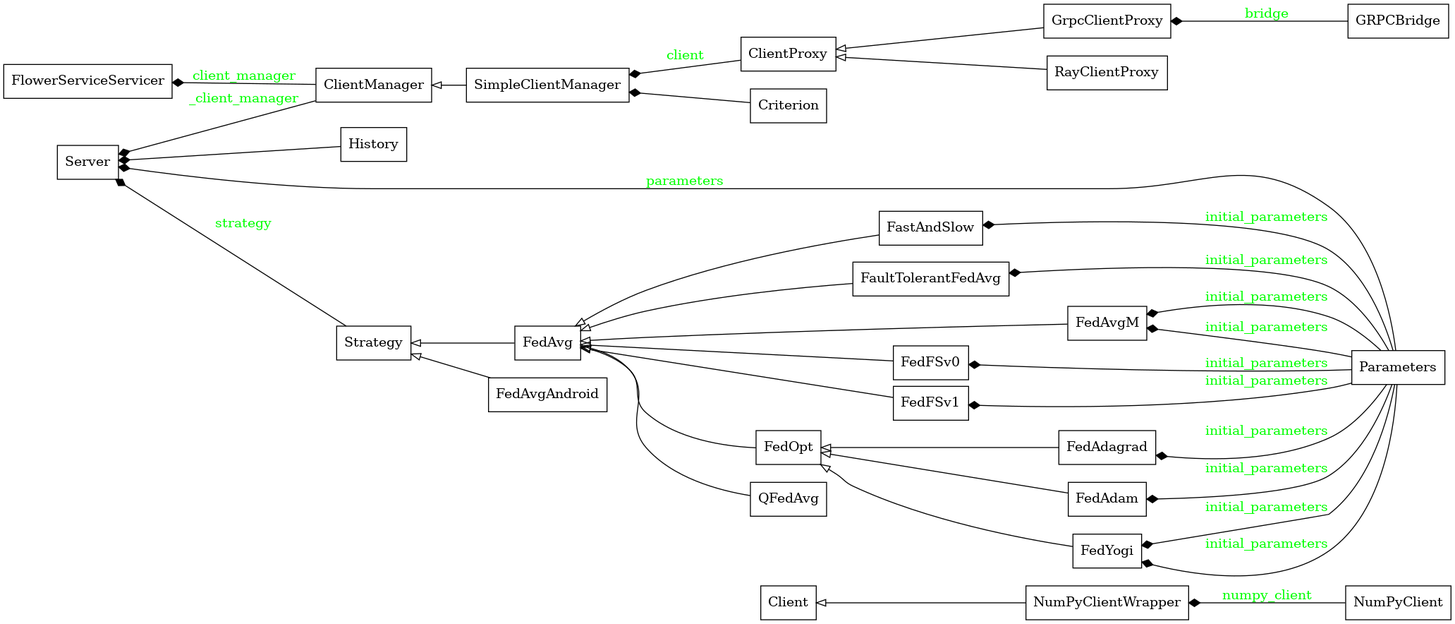
Above: classes_Flower.png in adap/flower (Graphviz), before the change. Its source is kept beside it as classes_Flower.dot. The source it was exported from:
```dot
digraph "classes_Flower" {
rankdir=RL
charset="utf-8"
"flwr.client.client.Client" [color="black", fontcolor="black", label="Client", shape="record", style="solid"];
"flwr.server.client_manager.ClientManager" [color="black", fontcolor="black", label="ClientManager", shape="record", style="solid"];
"flwr.server.client_proxy.ClientProxy" [color="black", fontcolor="black", label="ClientProxy", shape="record", style="solid"];
"flwr.server.criterion.Criterion" [color="black", fontcolor="black", label="Criterion", shape="record", style="solid"];
"flwr.server.strategy.fast_and_slow.FastAndSlow" [color="black", fontcolor="black", label="FastAndSlow", shape="record", style="solid"];
"flwr.server.strategy.fault_tolerant_fedavg.FaultTolerantFedAvg" [color="black", fontcolor="black", label="FaultTolerantFedAvg", shape="record", style="solid"];
"flwr.server.strategy.fedadagrad.FedAdagrad" [color="black", fontcolor="black", label="FedAdagrad", shape="record", style="solid"];
"flwr.server.strategy.fedadam.FedAdam" [color="black", fontcolor="black", label="FedAdam", shape="record", style="solid"];
"flwr.server.strategy.fedavg.FedAvg" [color="black", fontcolor="black", label="FedAvg", shape="record", style="solid"];
"flwr.server.strategy.fedavg_android.FedAvgAndroid" [color="black", fontcolor="black", label="FedAvgAndroid", shape="record", style="solid"];
"flwr.server.strategy.fedavgm.FedAvgM" [color="black", fontcolor="black", label="FedAvgM", shape="record", style="solid"];
"flwr.server.strategy.fedfs_v0.FedFSv0" [color="black", fontcolor="black", label="FedFSv0", shape="record", style="solid"];
"flwr.server.strategy.fedfs_v1.FedFSv1" [color="black", fontcolor="black", label="FedFSv1", shape="record", style="solid"];
"flwr.server.strategy.fedopt.FedOpt" [color="black", fontcolor="black", label="FedOpt", shape="record", style="solid"];
"flwr.server.strategy.fedyogi.FedYogi" [color="black", fontcolor="black", label="FedYogi", shape="record", style="solid"];
"flwr.server.grpc_server.flower_service_servicer.FlowerServiceServicer" [color="black", fontcolor="black", label="FlowerServiceServicer", shape="record", style="solid"];
"flwr.server.grpc_server.grpc_bridge.GRPCBridge" [color="black", fontcolor="black", label="GRPCBridge", shape="record", style="solid"];
"flwr.server.grpc_server.grpc_client_proxy.GrpcClientProxy" [color="black", fontcolor="black", label="GrpcClientProxy", shape="record", style="solid"];
"flwr.server.history.History" [color="black", fontcolor="black", label="History", shape="record", style="solid"];
"flwr.client.numpy_client.NumPyClient" [color="black", fontcolor="black", label="NumPyClient", shape="record", style="solid"];
"flwr.client.numpy_client.NumPyClientWrapper" [color="black", fontcolor="black", label="NumPyClientWrapper", shape="record", style="solid"];
"flwr.common.typing.Parameters" [color="black", fontcolor="black", label="Parameters", shape="record", style="solid"];
"flwr.server.strategy.qfedavg.QFedAvg" [color="black", fontcolor="black", label="QFedAvg", shape="record", style="solid"];
"flwr.simulation.ray_transport.ray_client_proxy.RayClientProxy" [color="black", fontcolor="black", label="RayClientProxy", shape="record", style="solid"];
"flwr.server.server.Server" [color="black", fontcolor="black", label="Server", shape="record", style="solid"];
"flwr.server.client_manager.SimpleClientManager" [color="black", fontcolor="black", label="SimpleClientManager", shape="record", style="solid"];
"flwr.server.strategy.strategy.Strategy" [color="black", fontcolor="black", label="Strategy", shape="record", style="solid"];
"flwr.client.numpy_client.NumPyClientWrapper" -> "flwr.client.client.Client" [arrowhead="empty", arrowtail="none"];
"flwr.server.client_manager.SimpleClientManager" -> "flwr.server.client_manager.ClientManager" [arrowhead="empty", arrowtail="none"];
"flwr.server.grpc_server.grpc_client_proxy.GrpcClientProxy" -> "flwr.server.client_proxy.ClientProxy" [arrowhead="empty", arrowtail="none"];
"flwr.server.strategy.fast_and_slow.FastAndSlow" -> "flwr.server.strategy.fedavg.FedAvg" [arrowhead="empty", arrowtail="none"];
"flwr.server.strategy.fault_tolerant_fedavg.FaultTolerantFedAvg" -> "flwr.server.strategy.fedavg.FedAvg" [arrowhead="empty", arrowtail="none"];
"flwr.server.strategy.fedadagrad.FedAdagrad" -> "flwr.server.strategy.fedopt.FedOpt" [arrowhead="empty", arrowtail="none"];
"flwr.server.strategy.fedadam.FedAdam" -> "flwr.server.strategy.fedopt.FedOpt" [arrowhead="empty", arrowtail="none"];
"flwr.server.strategy.fedavg.FedAvg" -> "flwr.server.strategy.strategy.Strategy" [arrowhead="empty", arrowtail="none"];
"flwr.server.strategy.fedavg_android.FedAvgAndroid" -> "flwr.server.strategy.strategy.Strategy" [arrowhead="empty", arrowtail="none"];
"flwr.server.strategy.fedavgm.FedAvgM" -> "flwr.server.strategy.fedavg.FedAvg" [arrowhead="empty", arrowtail="none"];
"flwr.server.strategy.fedfs_v0.FedFSv0" -> "flwr.server.strategy.fedavg.FedAvg" [arrowhead="empty", arrowtail="none"];
"flwr.server.strategy.fedfs_v1.FedFSv1" -> "flwr.server.strategy.fedavg.FedAvg" [arrowhead="empty", arrowtail="none"];
"flwr.server.strategy.fedopt.FedOpt" -> "flwr.server.strategy.fedavg.FedAvg" [arrowhead="empty", arrowtail="none"];
"flwr.server.strategy.fedyogi.FedYogi" -> "flwr.server.strategy.fedopt.FedOpt" [arrowhead="empty", arrowtail="none"];
"flwr.server.strategy.qfedavg.QFedAvg" -> "flwr.server.strategy.fedavg.FedAvg" [arrowhead="empty", arrowtail="none"];
"flwr.simulation.ray_transport.ray_client_proxy.RayClientProxy" -> "flwr.server.client_proxy.ClientProxy" [arrowhead="empty", arrowtail="none"];
"flwr.client.numpy_client.NumPyClient" -> "flwr.client.numpy_client.NumPyClientWrapper" [arrowhead="diamond", arrowtail="none", fontcolor="green", label="numpy_client", style="solid"];
"flwr.common.typing.Parameters" -> "flwr.server.server.Server" [arrowhead="diamond", arrowtail="none", fontcolor="green", label="parameters", style="solid"];
"flwr.common.typing.Parameters" -> "flwr.server.strategy.fedavgm.FedAvgM" [arrowhead="diamond", arrowtail="none", fontcolor="green", label="initial_parameters", style="solid"];
"flwr.server.client_manager.ClientManager" -> "flwr.server.grpc_server.flower_service_servicer.FlowerServiceServicer" [arrowhead="diamond", arrowtail="none", fontcolor="green", label="client_manager", style="solid"];
"flwr.server.client_manager.ClientManager" -> "flwr.server.server.Server" [arrowhead="diamond", arrowtail="none", fontcolor="green", label="_client_manager", style="solid"];
"flwr.server.grpc_server.grpc_bridge.GRPCBridge" -> "flwr.server.grpc_server.grpc_client_proxy.GrpcClientProxy" [arrowhead="diamond", arrowtail="none", fontcolor="green", label="bridge", style="solid"];
"flwr.server.strategy.strategy.Strategy" -> "flwr.server.server.Server" [arrowhead="diamond", arrowtail="none", fontcolor="green", label="strategy", style="solid"];
"flwr.server.history.History" -> "flwr.server.server.Server" [arrowhead="diamond"]
"flwr.server.criterion.Criterion" -> "flwr.server.client_manager.SimpleClientManager" [arrowhead="diamond"]
"flwr.server.client_proxy.ClientProxy" -> "flwr.server.client_manager.SimpleClientManager" [arrowhead="diamond", fontcolor="green", label="client", style="solid"]

"flwr.common.typing.Parameters" -> "flwr.server.strategy.fast_and_slow.FastAndSlow" [arrowhead="diamond", arrowtail="none", fontcolor="green", label="initial_parameters", style="solid"];
"flwr.common.typing.Parameters" -> "flwr.server.strategy.fedavgm.FedAvgM" [arrowhead="diamond", arrowtail="none", fontcolor="green", label="initial_parameters", style="solid"];
"flwr.common.typing.Parameters" -> "flwr.server.strategy.fault_tolerant_fedavg.FaultTolerantFedAvg" [arrowhead="diamond", arrowtail="none", fontcolor="green", label="initial_parameters", style="solid"];
"flwr.common.typing.Parameters" -> "flwr.server.strategy.fedfs_v0.FedFSv0" [arrowhead="diamond", arrowtail="none", fontcolor="green", label="initial_parameters", style="solid"];
"flwr.common.typing.Parameters" -> "flwr.server.strategy.fedfs_v1.FedFSv1" [arrowhead="diamond", arrowtail="none", fontcolor="green", label="initial_parameters", style="solid"];
"flwr.common.typing.Parameters" -> "flwr.server.strategy.fedadagrad.FedAdagrad" [arrowhead="diamond", arrowtail="none", fontcolor="green", label="initial_parameters", style="solid"];
"flwr.common.typing.Parameters" -> "flwr.server.strategy.fedadam.FedAdam" [arrowhead="diamond", arrowtail="none", fontcolor="green", label="initial_parameters", style="solid"];
"flwr.common.typing.Parameters" -> "flwr.server.strategy.fedyogi.FedYogi" [arrowhead="diamond", arrowtail="none", fontcolor="green", label="initial_parameters", style="solid"];
"flwr.common.typing.Parameters" -> "flwr.server.strategy.fedyogi.FedYogi" [arrowhead="diamond", arrowtail="none", fontcolor="green", label="initial_parameters", style="solid"];
}
```
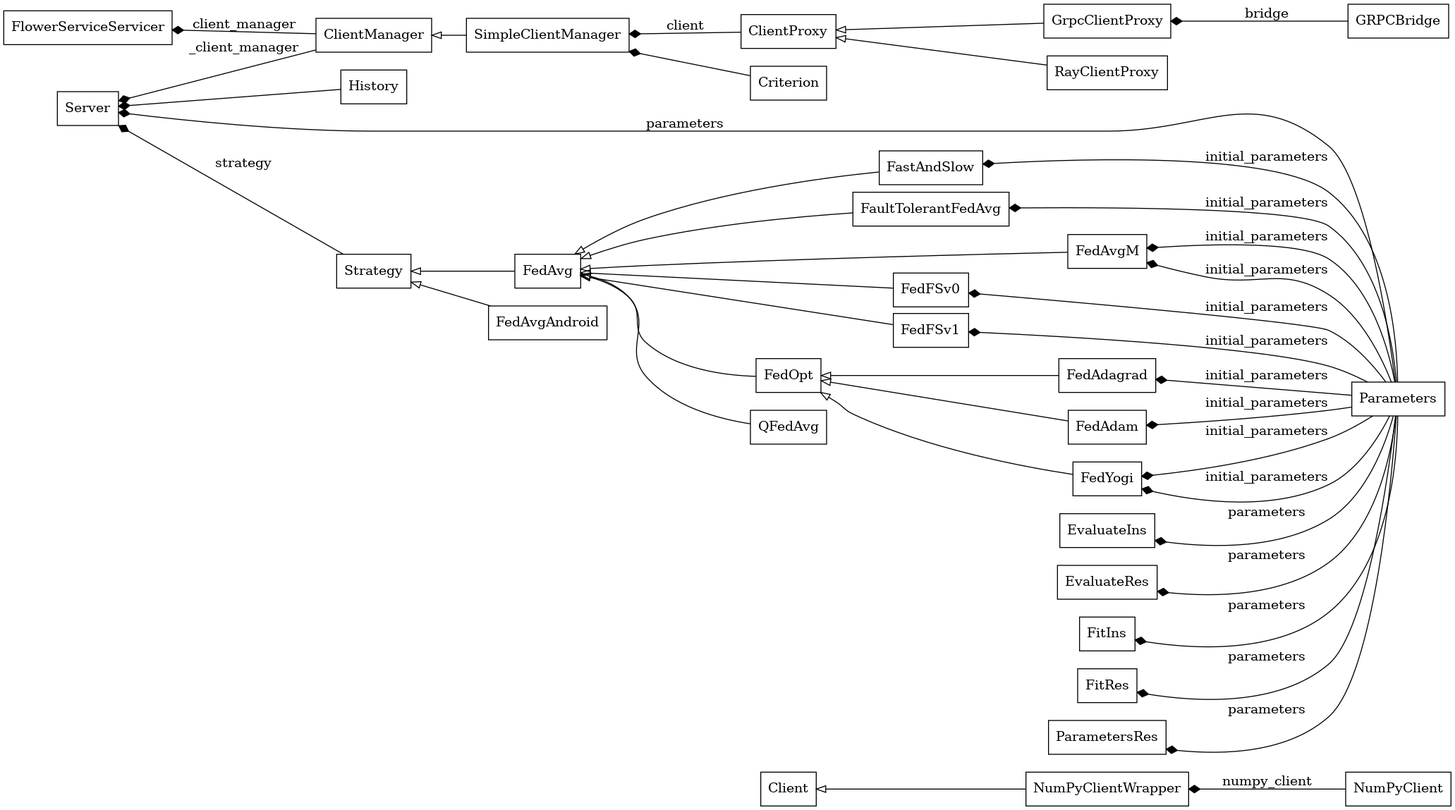
Later version of the same file.

What changed in the source:
```diff
@@ -5,6 +5,8 @@
 "flwr.server.client_manager.ClientManager" [color="black", fontcolor="black", label="ClientManager", shape="record", style="solid"];
 "flwr.server.client_proxy.ClientProxy" [color="black", fontcolor="black", label="ClientProxy", shape="record", style="solid"];
 "flwr.server.criterion.Criterion" [color="black", fontcolor="black", label="Criterion", shape="record", style="solid"];
+"flwr.common.typing.EvaluateIns" [color="black", fontcolor="black", label="EvaluateIns", shape="record", style="solid"];
+"flwr.common.typing.EvaluateRes" [color="black", fontcolor="black", label="EvaluateRes", shape="record", style="solid"];
 "flwr.server.strategy.fast_and_slow.FastAndSlow" [color="black", fontcolor="black", label="FastAndSlow", shape="record", style="solid"];
 "flwr.server.strategy.fault_tolerant_fedavg.FaultTolerantFedAvg" [color="black", fontcolor="black", label="FaultTolerantFedAvg", shape="record", style="solid"];
 "flwr.server.strategy.fedadagrad.FedAdagrad" [color="black", fontcolor="black", label="FedAdagrad", shape="record", style="solid"];
@@ -16,6 +18,8 @@
 "flwr.server.strategy.fedfs_v1.FedFSv1" [color="black", fontcolor="black", label="FedFSv1", shape="record", style="solid"];
 "flwr.server.strategy.fedopt.FedOpt" [color="black", fontcolor="black", label="FedOpt", shape="record", style="solid"];
 "flwr.server.strategy.fedyogi.FedYogi" [color="black", fontcolor="black", label="FedYogi", shape="record", style="solid"];
+"flwr.common.typing.FitIns" [color="black", fontcolor="black", label="FitIns", shape="record", style="solid"];
+"flwr.common.typing.FitRes" [color="black", fontcolor="black", label="FitRes", shape="record", style="solid"];
 "flwr.server.grpc_server.flower_service_servicer.FlowerServiceServicer" [color="black", fontcolor="black", label="FlowerServiceServicer", shape="record", style="solid"];
 "flwr.server.grpc_server.grpc_bridge.GRPCBridge" [color="black", fontcolor="black", label="GRPCBridge", shape="record", style="solid"];
 "flwr.server.grpc_server.grpc_client_proxy.GrpcClientProxy" [color="black", fontcolor="black", label="GrpcClientProxy", shape="record", style="solid"];
@@ -23,6 +27,7 @@
 "flwr.client.numpy_client.NumPyClient" [color="black", fontcolor="black", label="NumPyClient", shape="record", style="solid"];
 "flwr.client.numpy_client.NumPyClientWrapper" [color="black", fontcolor="black", label="NumPyClientWrapper", shape="record", style="solid"];
 "flwr.common.typing.Parameters" [color="black", fontcolor="black", label="Parameters", shape="record", style="solid"];
+"flwr.common.typing.ParametersRes" [color="black", fontcolor="black", label="ParametersRes", shape="record", style="solid"];
 "flwr.server.strategy.qfedavg.QFedAvg" [color="black", fontcolor="black", label="QFedAvg", shape="record", style="solid"];
 "flwr.simulation.ray_transport.ray_client_proxy.RayClientProxy" [color="black", fontcolor="black", label="RayClientProxy", shape="record", style="solid"];
 "flwr.server.server.Server" [color="black", fontcolor="black", label="Server", shape="record", style="solid"];
@@ -44,24 +49,29 @@
 "flwr.server.strategy.fedyogi.FedYogi" -> "flwr.server.strategy.fedopt.FedOpt" [arrowhead="empty", arrowtail="none"];
 "flwr.server.strategy.qfedavg.QFedAvg" -> "flwr.server.strategy.fedavg.FedAvg" [arrowhead="empty", arrowtail="none"];
 "flwr.simulation.ray_transport.ray_client_proxy.RayClientProxy" -> "flwr.server.client_proxy.ClientProxy" [arrowhead="empty", arrowtail="none"];
-"flwr.client.numpy_client.NumPyClient" -> "flwr.client.numpy_client.NumPyClientWrapper" [arrowhead="diamond", arrowtail="none", fontcolor="green", label="numpy_client", style="solid"];
-"flwr.common.typing.Parameters" -> "flwr.server.server.Server" [arrowhead="diamond", arrowtail="none", fontcolor="green", label="parameters", style="solid"];
-"flwr.common.typing.Parameters" -> "flwr.server.strategy.fedavgm.FedAvgM" [arrowhead="diamond", arrowtail="none", fontcolor="green", label="initial_parameters", style="solid"];
-"flwr.server.client_manager.ClientManager" -> "flwr.server.grpc_server.flower_service_servicer.FlowerServiceServicer" [arrowhead="diamond", arrowtail="none", fontcolor="green", label="client_manager", style="solid"];
-"flwr.server.client_manager.ClientManager" -> "flwr.server.server.Server" [arrowhead="diamond", arrowtail="none", fontcolor="green", label="_client_manager", style="solid"];
-"flwr.server.grpc_server.grpc_bridge.GRPCBridge" -> "flwr.server.grpc_server.grpc_client_proxy.GrpcClientProxy" [arrowhead="diamond", arrowtail="none", fontcolor="green", label="bridge", style="solid"];
-"flwr.server.strategy.strategy.Strategy" -> "flwr.server.server.Server" [arrowhead="diamond", arrowtail="none", fontcolor="green", label="strategy", style="solid"];
+"flwr.client.numpy_client.NumPyClient" -> "flwr.client.numpy_client.NumPyClientWrapper" [arrowhead="diamond", arrowtail="none", fontcolor="black", label="numpy_client", style="solid"];
+"flwr.common.typing.Parameters" -> "flwr.common.typing.EvaluateIns" [arrowhead="diamond", arrowtail="none", fontcolor="black", label="parameters", style="solid"];
+"flwr.common.typing.Parameters" -> "flwr.common.typing.EvaluateRes" [arrowhead="diamond", arrowtail="none", fontcolor="black", label="parameters", style="solid"];
+"flwr.common.typing.Parameters" -> "flwr.common.typing.FitIns" [arrowhead="diamond", arrowtail="none", fontcolor="black", label="parameters", style="solid"];
+"flwr.common.typing.Parameters" -> "flwr.common.typing.FitRes" [arrowhead="diamond", arrowtail="none", fontcolor="black", label="parameters", style="solid"];
+"flwr.common.typing.Parameters" -> "flwr.common.typing.ParametersRes" [arrowhead="diamond", arrowtail="none", fontcolor="black", label="parameters", style="solid"];
+"flwr.common.typing.Parameters" -> "flwr.server.server.Server" [arrowhead="diamond", arrowtail="none", fontcolor="black", label="parameters", style="solid"];
+"flwr.common.typing.Parameters" -> "flwr.server.strategy.fedavgm.FedAvgM" [arrowhead="diamond", arrowtail="none", fontcolor="black", label="initial_parameters", style="solid"];
+"flwr.server.client_manager.ClientManager" -> "flwr.server.grpc_server.flower_service_servicer.FlowerServiceServicer" [arrowhead="diamond", arrowtail="none", fontcolor="black", label="client_manager", style="solid"];
+"flwr.server.client_manager.ClientManager" -> "flwr.server.server.Server" [arrowhead="diamond", arrowtail="none", fontcolor="black", label="_client_manager", style="solid"];
+"flwr.server.grpc_server.grpc_bridge.GRPCBridge" -> "flwr.server.grpc_server.grpc_client_proxy.GrpcClientProxy" [arrowhead="diamond", arrowtail="none", fontcolor="black", label="bridge", style="solid"];
+"flwr.server.strategy.strategy.Strategy" -> "flwr.server.server.Server" [arrowhead="diamond", arrowtail="none", fontcolor="black", label="strategy", style="solid"];
 "flwr.server.history.History" -> "flwr.server.server.Server" [arrowhead="diamond"]
 "flwr.server.criterion.Criterion" -> "flwr.server.client_manager.SimpleClientManager" [arrowhead="diamond"]
-"flwr.server.client_proxy.ClientProxy" -> "flwr.server.client_manager.SimpleClientManager" [arrowhead="diamond", fontcolor="green", label="client", style="solid"]
+"flwr.server.client_proxy.ClientProxy" -> "flwr.server.client_manager.SimpleClientManager" [arrowhead="diamond", fontcolor="black", label="client", style="solid"]
 
-"flwr.common.typing.Parameters" -> "flwr.server.strategy.fast_and_slow.FastAndSlow" [arrowhead="diamond", arrowtail="none", fontcolor="green", label="initial_parameters", style="solid"];
-"flwr.common.typing.Parameters" -> "flwr.server.strategy.fedavgm.FedAvgM" [arrowhead="diamond", arrowtail="none", fontcolor="green", label="initial_parameters", style="solid"];
-"flwr.common.typing.Parameters" -> "flwr.server.strategy.fault_tolerant_fedavg.FaultTolerantFedAvg" [arrowhead="diamond", arrowtail="none", fontcolor="green", label="initial_parameters", style="solid"];
-"flwr.common.typing.Parameters" -> "flwr.server.strategy.fedfs_v0.FedFSv0" [arrowhead="diamond", arrowtail="none", fontcolor="green", label="initial_parameters", style="solid"];
-"flwr.common.typing.Parameters" -> "flwr.server.strategy.fedfs_v1.FedFSv1" [arrowhead="diamond", arrowtail="none", fontcolor="green", label="initial_parameters", style="solid"];
-"flwr.common.typing.Parameters" -> "flwr.server.strategy.fedadagrad.FedAdagrad" [arrowhead="diamond", arrowtail="none", fontcolor="green", label="initial_parameters", style="solid"];
-"flwr.common.typing.Parameters" -> "flwr.server.strategy.fedadam.FedAdam" [arrowhead="diamond", arrowtail="none", fontcolor="green", label="initial_parameters", style="solid"];
-"flwr.common.typing.Parameters" -> "flwr.server.strategy.fedyogi.FedYogi" [arrowhead="diamond", arrowtail="none", fontcolor="green", label="initial_parameters", style="solid"];
-"flwr.common.typing.Parameters" -> "flwr.server.strategy.fedyogi.FedYogi" [arrowhead="diamond", arrowtail="none", fontcolor="green", label="initial_parameters", style="solid"];
+"flwr.common.typing.Parameters" -> "flwr.server.strategy.fast_and_slow.FastAndSlow" [arrowhead="diamond", arrowtail="none", fontcolor="black", label="initial_parameters", style="solid"];
+"flwr.common.typing.Parameters" -> "flwr.server.strategy.fedavgm.FedAvgM" [arrowhead="diamond", arrowtail="none", fontcolor="black", label="initial_parameters", style="solid"];
+"flwr.common.typing.Parameters" -> "flwr.server.strategy.fault_tolerant_fedavg.FaultTolerantFedAvg" [arrowhead="diamond", arrowtail="none", fontcolor="black", label="initial_parameters", style="solid"];
+"flwr.common.typing.Parameters" -> "flwr.server.strategy.fedfs_v0.FedFSv0" [arrowhead="diamond", arrowtail="none", fontcolor="black", label="initial_parameters", style="solid"];
+"flwr.common.typing.Parameters" -> "flwr.server.strategy.fedfs_v1.FedFSv1" [arrowhead="diamond", arrowtail="none", fontcolor="black", label="initial_parameters", style="solid"];
+"flwr.common.typing.Parameters" -> "flwr.server.strategy.fedadagrad.FedAdagrad" [arrowhead="diamond", arrowtail="none", fontcolor="black", label="initial_parameters", style="solid"];
+"flwr.common.typing.Parameters" -> "flwr.server.strategy.fedadam.FedAdam" [arrowhead="diamond", arrowtail="none", fontcolor="black", label="initial_parameters", style="solid"];
+"flwr.common.typing.Parameters" -> "flwr.server.strategy.fedyogi.FedYogi" [arrowhead="diamond", arrowtail="none", fontcolor="black", label="initial_parameters", style="solid"];
+"flwr.common.typing.Parameters" -> "flwr.server.strategy.fedyogi.FedYogi" [arrowhead="diamond", arrowtail="none", fontcolor="black", label="initial_parameters", style="solid"];a
 }
```
